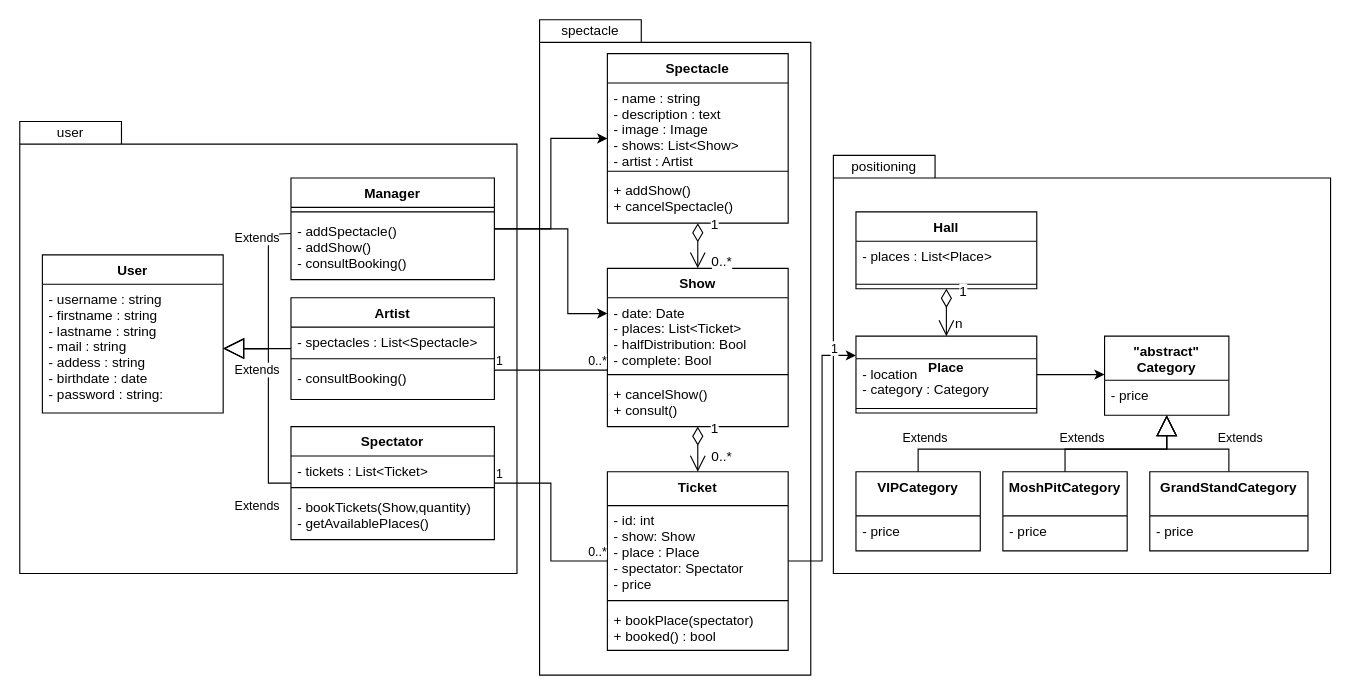
Before: page "diagramme de classe alégé" (6 of 9) of analyse/analyse.drawio in baptisteRiviere/SpectacleHallManagement, a draw.io diagram. Source tidied: cells renumbered, new cells numbered last; positions are measured from the earlier drawing's top-left corner, leaving out a move shared by most shapes. Both pictures are drawn from the tidied source at 113%, with x=0, y=0 at pixel (19, 19).
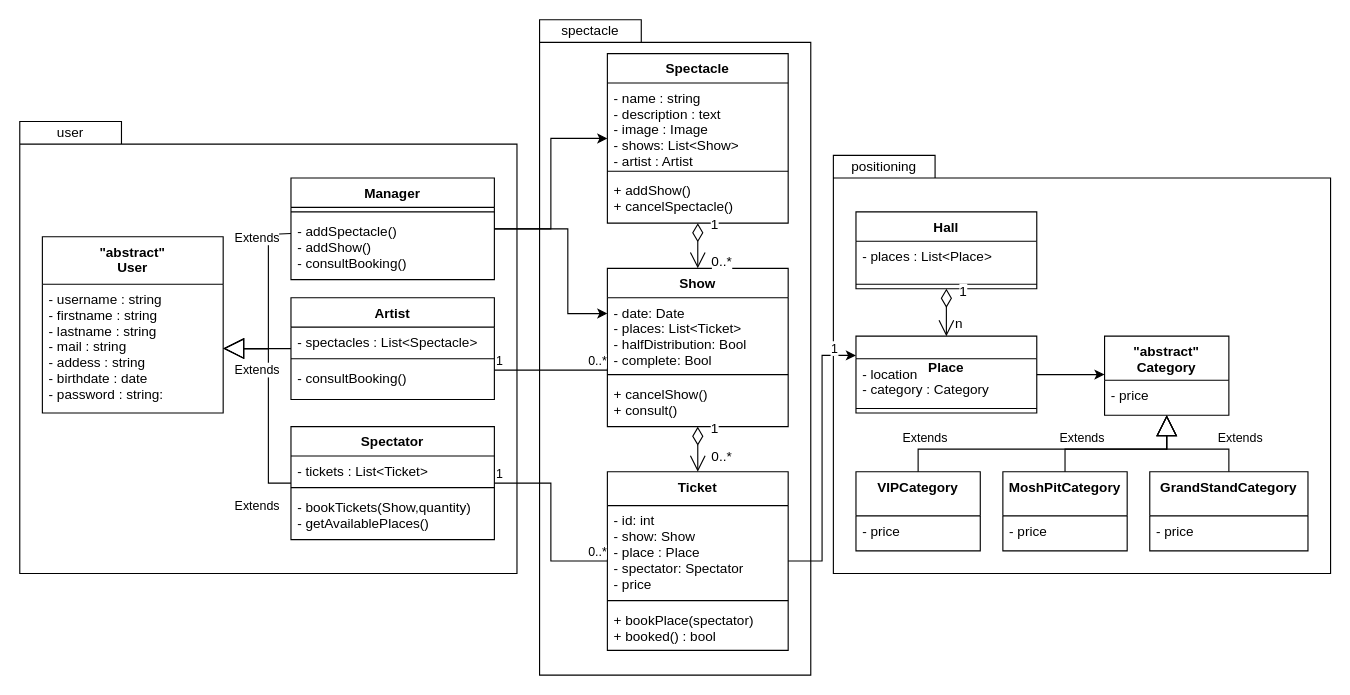
After the change.

Commit message:
Analyse : user abstract

What changed in the source:
```diff
@@
-    <mxCell id="5" value="User" style="swimlane;fontStyle=1;align=center;verticalAlign=top;horizontal=1;startSize=26;fontSize=12;fillColor=#FFFFFF;" parent="1" vertex="1">
-      <mxGeometry x="20" y="208" width="160" height="140" as="geometry" />
+    <mxCell id="5" value="&quot;abstract&quot;&#10;User" style="swimlane;fontStyle=1;align=center;verticalAlign=top;horizontal=1;startSize=42;fontSize=12;fillColor=#FFFFFF;" parent="1" vertex="1">
+      <mxGeometry x="20" y="192" width="160" height="156" as="geometry" />
     </mxCell>
     <mxCell id="6" value="- username : string&#10;- firstname : string&#10;- lastname : string&#10;- mail : string&#10;- addess : string&#10;- birthdate : date&#10;- password : string: &#10;&#10;&#10;" style="text;strokeColor=none;fillColor=none;align=left;verticalAlign=top;spacingLeft=4;spacingRight=4;overflow=hidden;points=[[0,0.5],[1,0.5]];portConstraint=eastwest;fontSize=12;" parent="5" vertex="1">
-      <mxGeometry y="26" width="160" height="114" as="geometry" />
+      <mxGeometry y="42" width="160" height="114" as="geometry" />
     </mxCell>
```
